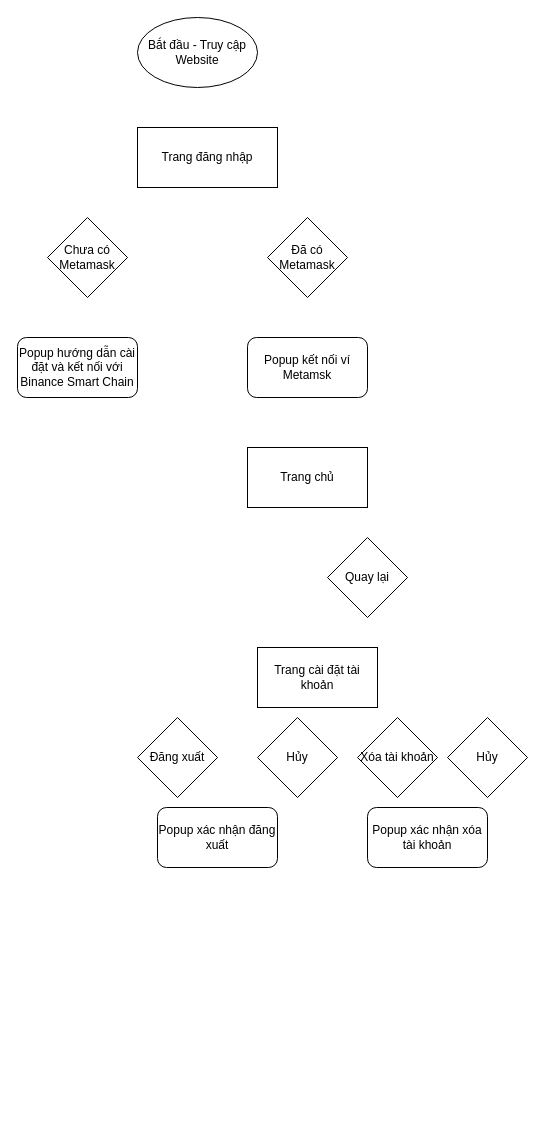
Above: page "Page-1" (1 of 2) of Untitled Diagram.drawio in HaRin2806/2024_CSE485_CongngheWeb_HTML (draw.io), before the change. Source tidied: cells renumbered, new cells numbered last; positions are measured from the earlier drawing's top-left corner, leaving out a move shared by most shapes. Both pictures are drawn from the tidied source at 100%, with x=0, y=0 at pixel (17, 17).
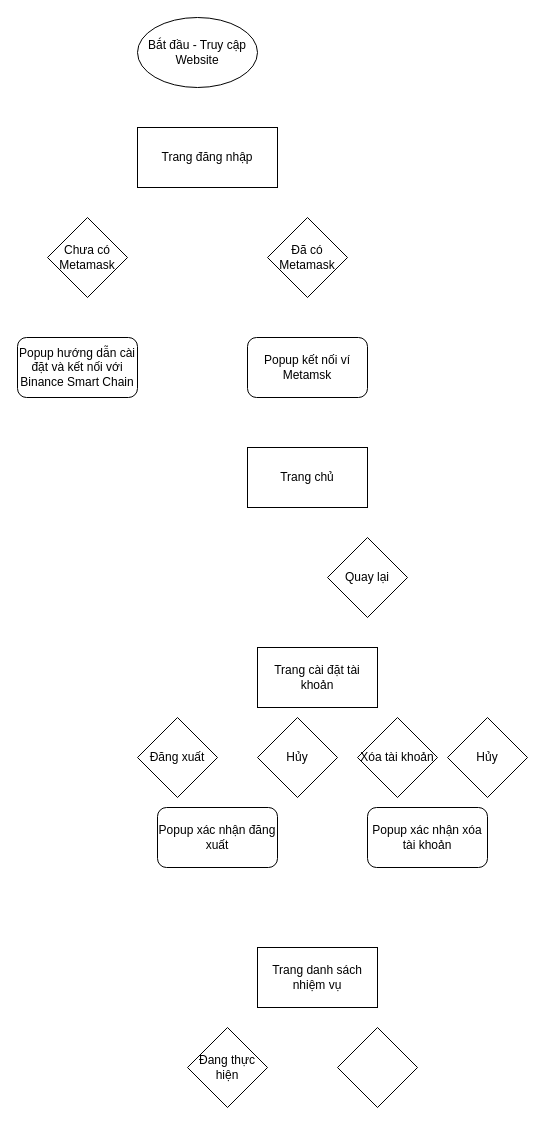
After the change.

Diff of the diagram source:
```diff
@@
 <mxGraphModel>
   <root>
     <mxCell id="0" />
     <mxCell id="1" parent="0" />
     <mxCell id="2" value="Bắt đầu - Truy cập Website" style="ellipse;whiteSpace=wrap;html=1;" parent="1" vertex="1">
       <mxGeometry x="120" width="120" height="70" as="geometry" />
     </mxCell>
     <mxCell id="3" value="Trang đăng nhập" style="rounded=0;whiteSpace=wrap;html=1;" parent="1" vertex="1">
       <mxGeometry x="120" y="110" width="140" height="60" as="geometry" />
     </mxCell>
     <mxCell id="4" value="Chưa có Metamask" style="rhombus;whiteSpace=wrap;html=1;" parent="1" vertex="1">
       <mxGeometry x="30" y="200" width="80" height="80" as="geometry" />
     </mxCell>
     <mxCell id="5" value="Đã có Metamask" style="rhombus;whiteSpace=wrap;html=1;" parent="1" vertex="1">
       <mxGeometry x="250" y="200" width="80" height="80" as="geometry" />
     </mxCell>
     <mxCell id="6" value="Popup hướng dẫn cài đặt và kết nối với Binance Smart Chain" style="rounded=1;whiteSpace=wrap;html=1;" parent="1" vertex="1">
       <mxGeometry y="320" width="120" height="60" as="geometry" />
     </mxCell>
     <mxCell id="7" value="Popup kết nối ví Metamsk" style="rounded=1;whiteSpace=wrap;html=1;" parent="1" vertex="1">
       <mxGeometry x="230" y="320" width="120" height="60" as="geometry" />
     </mxCell>
     <mxCell id="8" value="Trang chủ" style="rounded=0;whiteSpace=wrap;html=1;" parent="1" vertex="1">
       <mxGeometry x="230" y="430" width="120" height="60" as="geometry" />
     </mxCell>
     <mxCell id="9" value="Trang cài đặt tài khoản" style="rounded=0;whiteSpace=wrap;html=1;" parent="1" vertex="1">
       <mxGeometry x="240" y="630" width="120" height="60" as="geometry" />
     </mxCell>
     <mxCell id="10" value="Quay lại" style="rhombus;whiteSpace=wrap;html=1;" parent="1" vertex="1">
       <mxGeometry x="310" y="520" width="80" height="80" as="geometry" />
     </mxCell>
     <mxCell id="11" value="Popup xác nhận đăng xuất" style="rounded=1;whiteSpace=wrap;html=1;" parent="1" vertex="1">
       <mxGeometry x="140" y="790" width="120" height="60" as="geometry" />
     </mxCell>
     <mxCell id="12" value="Đăng xuất" style="rhombus;whiteSpace=wrap;html=1;" parent="1" vertex="1">
       <mxGeometry x="120" y="700" width="80" height="80" as="geometry" />
     </mxCell>
     <mxCell id="13" value="Hủy" style="rhombus;whiteSpace=wrap;html=1;" parent="1" vertex="1">
       <mxGeometry x="240" y="700" width="80" height="80" as="geometry" />
     </mxCell>
     <mxCell id="14" value="Popup xác nhận xóa tài khoản" style="rounded=1;whiteSpace=wrap;html=1;" parent="1" vertex="1">
       <mxGeometry x="350" y="790" width="120" height="60" as="geometry" />
     </mxCell>
     <mxCell id="15" value="Xóa tài khoản" style="rhombus;whiteSpace=wrap;html=1;" parent="1" vertex="1">
       <mxGeometry x="340" y="700" width="80" height="80" as="geometry" />
     </mxCell>
     <mxCell id="16" value="Hủy" style="rhombus;whiteSpace=wrap;html=1;" parent="1" vertex="1">
       <mxGeometry x="430" y="700" width="80" height="80" as="geometry" />
     </mxCell>
+    <mxCell id="17" value="Trang danh sách nhiệm vụ" style="rounded=0;whiteSpace=wrap;html=1;" parent="1" vertex="1">
+      <mxGeometry x="240" y="930" width="120" height="60" as="geometry" />
+    </mxCell>
+    <mxCell id="18" value="Đang thực hiện" style="rhombus;whiteSpace=wrap;html=1;" parent="1" vertex="1">
+      <mxGeometry x="170" y="1010" width="80" height="80" as="geometry" />
+    </mxCell>
+    <mxCell id="19" style="rhombus;whiteSpace=wrap;html=1;" parent="1" vertex="1">
+      <mxGeometry x="320" y="1010" width="80" height="80" as="geometry" />
+    </mxCell>
   </root>
 </mxGraphModel>
```
